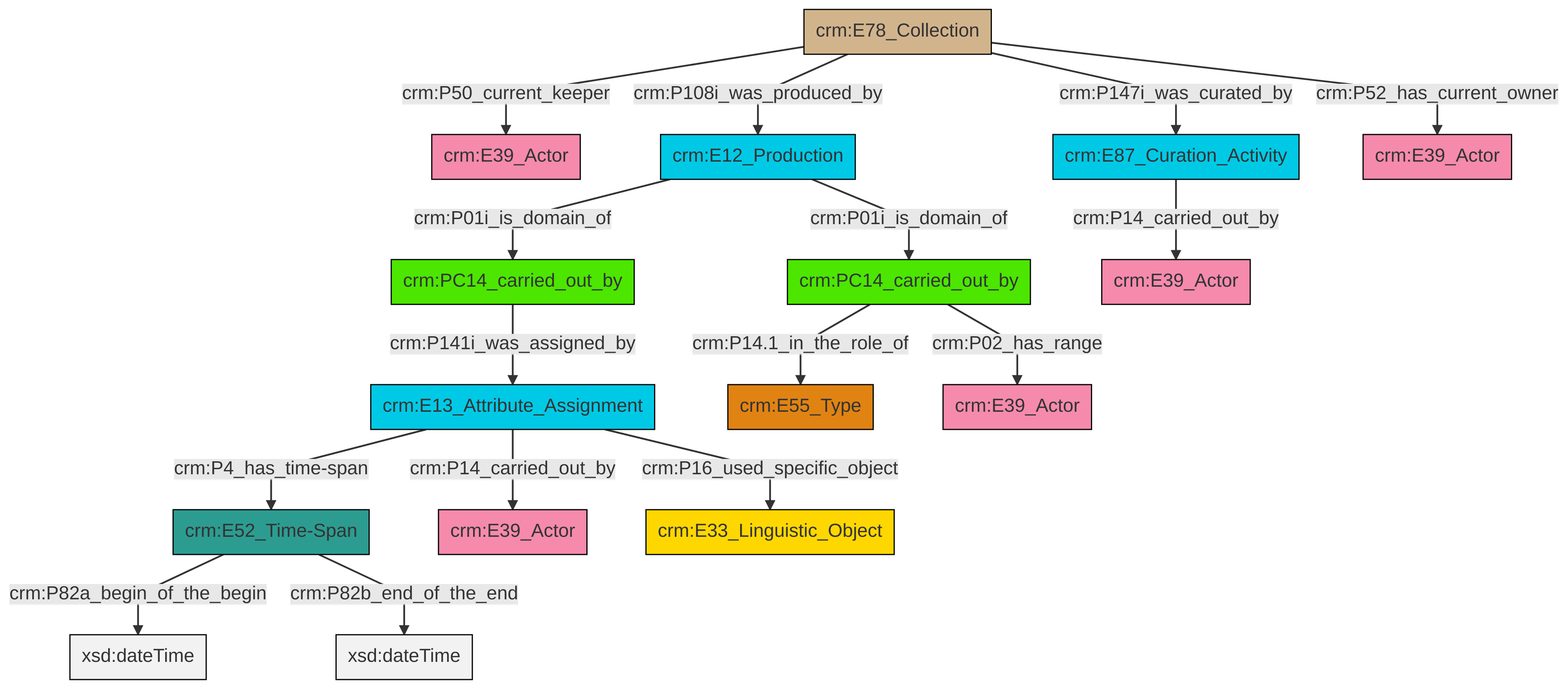
This is et/archivalCSV/ttl/mmd/png/archival_relation.png from swiss-art-research-net/docs.swissartresearch, a Mermaid export, as it was before one commit. Its source is kept beside it as et/archivalCSV/ttl/mmd/archival_relation.ttl.mmd.
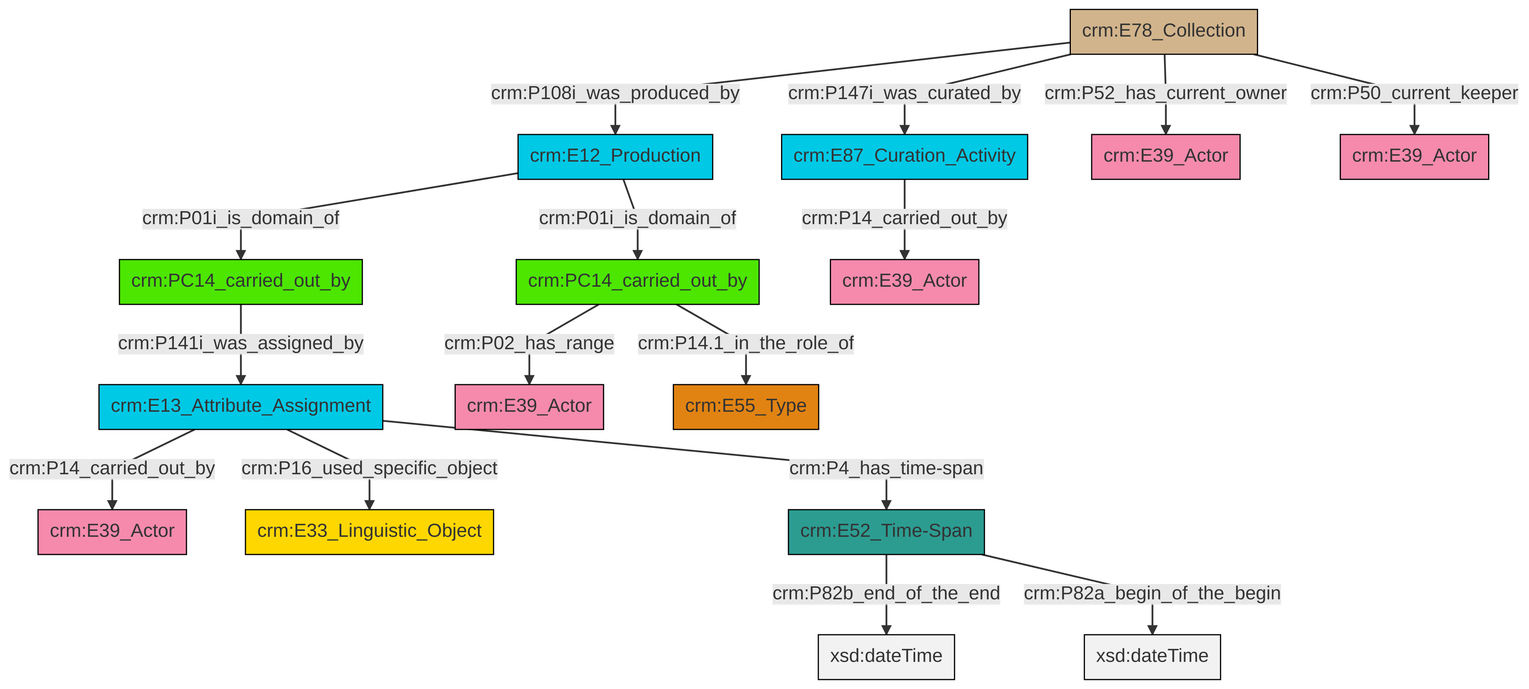
Later version of the same file.

What changed in the source:
```diff
@@ -13,18 +13,18 @@
 classDef PC_Classes fill:#4ce600, stroke:#000000;
 classDef Multi fill:#cccccc,stroke:#000000;
 
-6["crm:E13_Attribute_Assignment"]:::Temporal_Entity -->|crm:P4_has_time-span| 0["crm:E52_Time-Span"]:::Time-Span
-9["crm:E78_Collection"]:::Physical_Thing -->|crm:P50_current_keeper| 4["crm:E39_Actor"]:::Actor
-2["crm:PC14_carried_out_by"]:::PC_Classes -->|crm:P14.1_in_the_role_of| 10["crm:E55_Type"]:::Type
-2["crm:PC14_carried_out_by"]:::PC_Classes -->|crm:P02_has_range| 13["crm:E39_Actor"]:::Actor
-6["crm:E13_Attribute_Assignment"]:::Temporal_Entity -->|crm:P14_carried_out_by| 11["crm:E39_Actor"]:::Actor
-0["crm:E52_Time-Span"]:::Time-Span -->|crm:P82a_begin_of_the_begin| 18[xsd:dateTime]:::Literal
-7["crm:E12_Production"]:::Temporal_Entity -->|crm:P01i_is_domain_of| 2["crm:PC14_carried_out_by"]:::PC_Classes
-21["crm:E87_Curation_Activity"]:::Temporal_Entity -->|crm:P14_carried_out_by| 19["crm:E39_Actor"]:::Actor
-9["crm:E78_Collection"]:::Physical_Thing -->|crm:P52_has_current_owner| 23["crm:E39_Actor"]:::Actor
-9["crm:E78_Collection"]:::Physical_Thing -->|crm:P147i_was_curated_by| 21["crm:E87_Curation_Activity"]:::Temporal_Entity
-9["crm:E78_Collection"]:::Physical_Thing -->|crm:P108i_was_produced_by| 7["crm:E12_Production"]:::Temporal_Entity
-7["crm:E12_Production"]:::Temporal_Entity -->|crm:P01i_is_domain_of| 14["crm:PC14_carried_out_by"]:::PC_Classes
-6["crm:E13_Attribute_Assignment"]:::Temporal_Entity -->|crm:P16_used_specific_object| 27["crm:E33_Linguistic_Object"]:::Conceptual_Object
-14["crm:PC14_carried_out_by"]:::PC_Classes -->|crm:P141i_was_assigned_by| 6["crm:E13_Attribute_Assignment"]:::Temporal_Entity
-0["crm:E52_Time-Span"]:::Time-Span -->|crm:P82b_end_of_the_end| 29[xsd:dateTime]:::Literal
+0["crm:E13_Attribute_Assignment"]:::Temporal_Entity -->|crm:P14_carried_out_by| 1["crm:E39_Actor"]:::Actor
+11["crm:PC14_carried_out_by"]:::PC_Classes -->|crm:P02_has_range| 4["crm:E39_Actor"]:::Actor
+13["crm:PC14_carried_out_by"]:::PC_Classes -->|crm:P141i_was_assigned_by| 0["crm:E13_Attribute_Assignment"]:::Temporal_Entity
+2["crm:E78_Collection"]:::Physical_Thing -->|crm:P52_has_current_owner| 19["crm:E39_Actor"]:::Actor
+21["crm:E52_Time-Span"]:::Time-Span -->|crm:P82b_end_of_the_end| 26[xsd:dateTime]:::Literal
+0["crm:E13_Attribute_Assignment"]:::Temporal_Entity -->|crm:P16_used_specific_object| 7["crm:E33_Linguistic_Object"]:::Conceptual_Object
+14["crm:E12_Production"]:::Temporal_Entity -->|crm:P01i_is_domain_of| 13["crm:PC14_carried_out_by"]:::PC_Classes
+2["crm:E78_Collection"]:::Physical_Thing -->|crm:P108i_was_produced_by| 14["crm:E12_Production"]:::Temporal_Entity
+9["crm:E87_Curation_Activity"]:::Temporal_Entity -->|crm:P14_carried_out_by| 16["crm:E39_Actor"]:::Actor
+11["crm:PC14_carried_out_by"]:::PC_Classes -->|crm:P14.1_in_the_role_of| 27["crm:E55_Type"]:::Type
+2["crm:E78_Collection"]:::Physical_Thing -->|crm:P50_current_keeper| 23["crm:E39_Actor"]:::Actor
+21["crm:E52_Time-Span"]:::Time-Span -->|crm:P82a_begin_of_the_begin| 28[xsd:dateTime]:::Literal
+0["crm:E13_Attribute_Assignment"]:::Temporal_Entity -->|crm:P4_has_time-span| 21["crm:E52_Time-Span"]:::Time-Span
+2["crm:E78_Collection"]:::Physical_Thing -->|crm:P147i_was_curated_by| 9["crm:E87_Curation_Activity"]:::Temporal_Entity
+14["crm:E12_Production"]:::Temporal_Entity -->|crm:P01i_is_domain_of| 11["crm:PC14_carried_out_by"]:::PC_Classes
```
